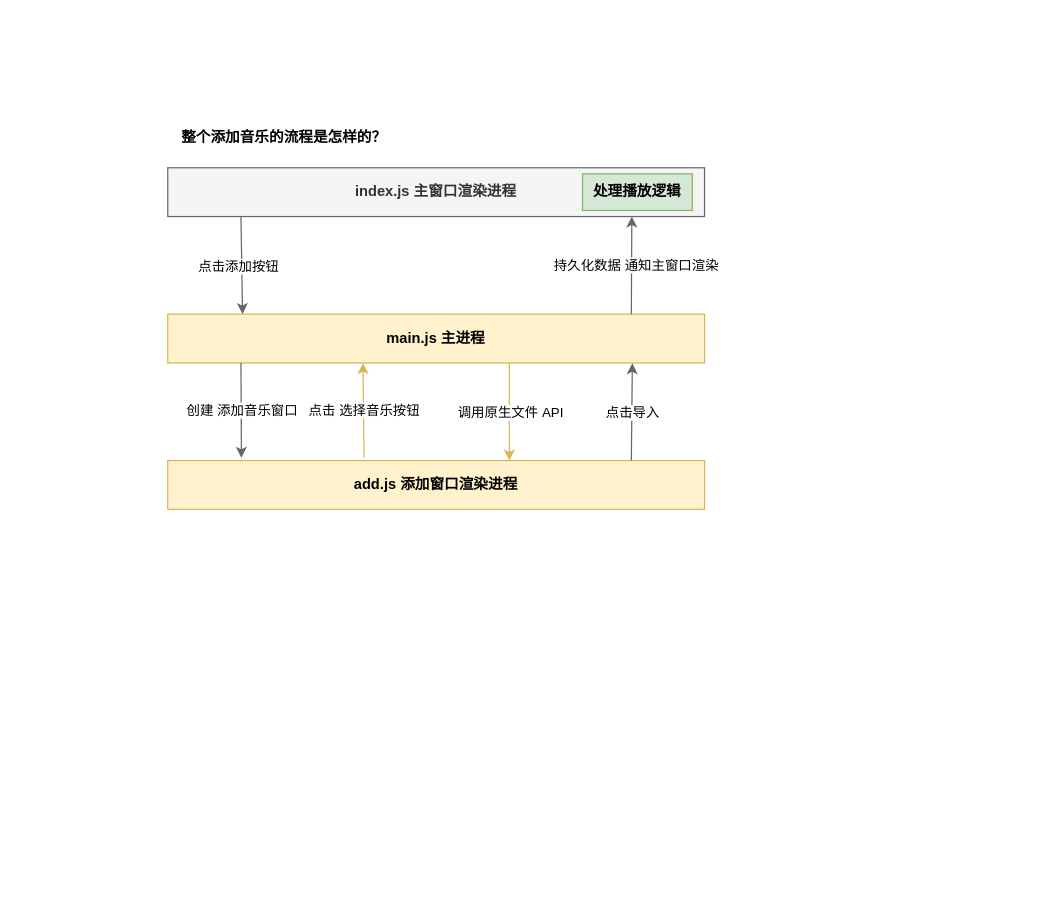
Earlier version of the draw.io diagram page "Electron-music-player" (2 of 2) of imgs/未命名绘图.drawio (djsz3y/learning-notes). Source tidied: cells renumbered, new cells numbered last; positions are measured from the earlier drawing's top-left corner, leaving out a move shared by most shapes. Both pictures are drawn from the tidied source at 122%, with x=0, y=0 at pixel (167, 118).
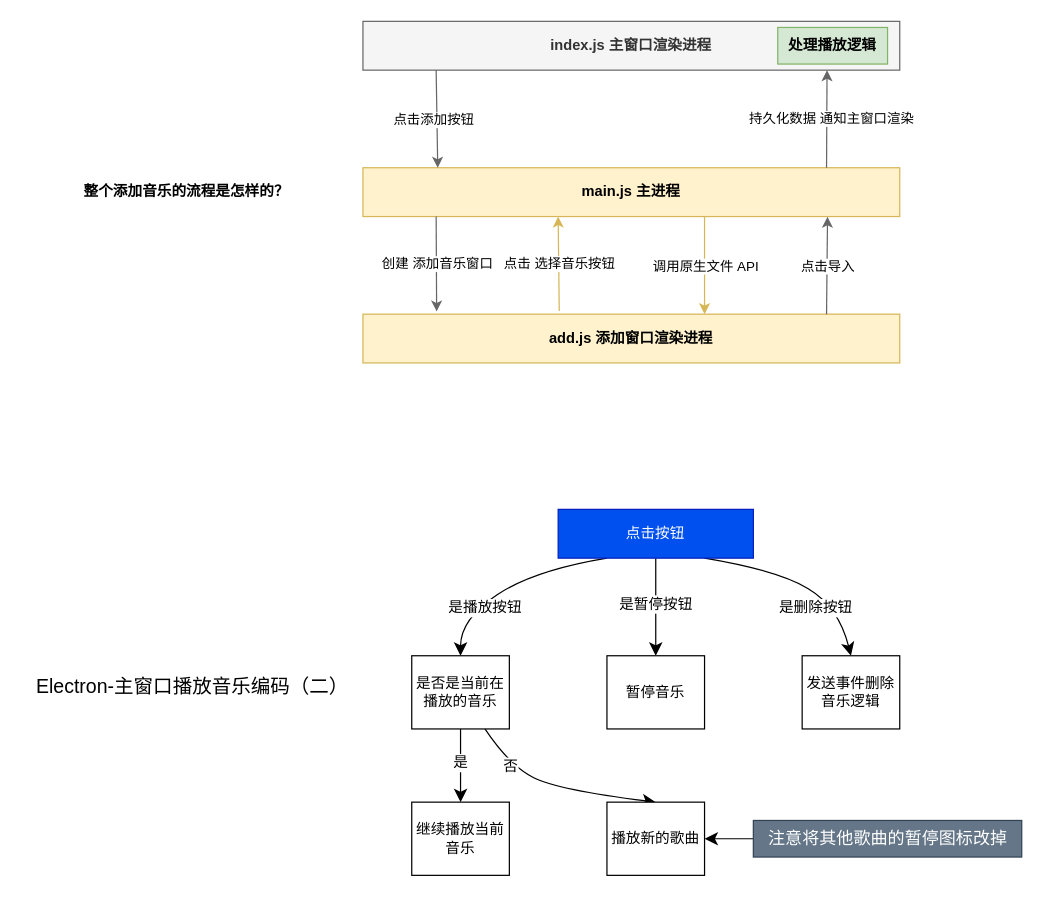
After the change.

Commit message:
更新未命名绘图.drawio

Diff of the diagram source:
```diff
@@
     <mxCell id="2" value="整个添加音乐的流程是怎样的？" style="text;html=1;align=center;verticalAlign=middle;strokeColor=none;fillColor=none;fontStyle=1;" parent="1" vertex="1">
-      <mxGeometry width="190" height="30" as="geometry" />
+      <mxGeometry x="-80" y="45" width="190" height="30" as="geometry" />
     </mxCell>
     <mxCell id="3" style="group;" parent="1" vertex="1">
-      <mxGeometry y="40" width="440" height="280" as="geometry" />
+      <mxGeometry x="160" y="-80" width="440" height="280" as="geometry" />
     </mxCell>
@@
+    <mxCell id="20" style="group;" parent="1" vertex="1">
+      <mxGeometry x="200" y="320" width="500" height="300" as="geometry" />
+    </mxCell>
+    <mxCell id="21" style="edgeStyle=none;curved=1;rounded=0;jettySize=auto;html=1;fontSize=12;startSize=8;endSize=8;" parent="20" edge="1" source="27" target="33">
+      <mxGeometry relative="1" as="geometry" />
+    </mxCell>
+    <mxCell id="22" value="是暂停按钮" style="edgeLabel;html=1;align=center;verticalAlign=middle;fontSize=12;" parent="21" vertex="1">
+      <mxGeometry x="-0.07" y="-1" relative="1" as="geometry" />
+    </mxCell>
+    <mxCell id="23" style="edgeStyle=none;curved=1;rounded=0;jettySize=auto;html=1;exitX=0.25;exitY=1;exitDx=0;exitDy=0;entryX=0.5;entryY=0;entryDx=0;entryDy=0;fontSize=12;startSize=8;endSize=8;" parent="20" edge="1" source="27" target="32">
+      <mxGeometry relative="1" as="geometry">
+        <Array as="points">
+          <mxPoint x="100" y="50" />
+          <mxPoint x="40" y="90" />
+        </Array>
+      </mxGeometry>
+    </mxCell>
+    <mxCell id="24" value="是播放按钮" style="edgeLabel;html=1;align=center;verticalAlign=middle;fontSize=12;" parent="23" vertex="1">
+      <mxGeometry x="0.1" relative="1" as="geometry">
+        <mxPoint x="-16" y="14" as="offset" />
+      </mxGeometry>
+    </mxCell>
+    <mxCell id="25" style="edgeStyle=none;curved=1;rounded=0;jettySize=auto;html=1;exitX=0.75;exitY=1;exitDx=0;exitDy=0;entryX=0.5;entryY=0;entryDx=0;entryDy=0;fontSize=12;startSize=8;endSize=8;" parent="20" edge="1" source="27" target="34">
+      <mxGeometry relative="1" as="geometry">
+        <Array as="points">
+          <mxPoint x="300" y="50" />
+          <mxPoint x="350" y="80" />
+        </Array>
+      </mxGeometry>
+    </mxCell>
+    <mxCell id="26" value="是删除按钮" style="edgeLabel;html=1;align=center;verticalAlign=middle;fontSize=12;" parent="25" vertex="1">
+      <mxGeometry x="-0.07" y="1" relative="1" as="geometry">
+        <mxPoint x="18" y="24" as="offset" />
+      </mxGeometry>
+    </mxCell>
+    <mxCell id="27" value="点击按钮" style="rounded=0;whiteSpace=wrap;html=1;fillColor=#0050ef;fontColor=#ffffff;strokeColor=#001DBC;" parent="20" vertex="1">
+      <mxGeometry x="120" width="160" height="40" as="geometry" />
+    </mxCell>
+    <mxCell id="28" style="edgeStyle=none;curved=1;rounded=0;jettySize=auto;html=1;exitX=0.5;exitY=1;exitDx=0;exitDy=0;entryX=0.5;entryY=0;entryDx=0;entryDy=0;fontSize=12;startSize=8;endSize=8;" parent="20" edge="1" source="32" target="35">
+      <mxGeometry relative="1" as="geometry" />
+    </mxCell>
+    <mxCell id="29" value="是" style="edgeLabel;html=1;align=center;verticalAlign=middle;fontSize=12;" parent="28" vertex="1">
+      <mxGeometry x="-0.1" y="-1" relative="1" as="geometry" />
+    </mxCell>
+    <mxCell id="30" style="edgeStyle=none;curved=1;rounded=0;jettySize=auto;html=1;exitX=0.75;exitY=1;exitDx=0;exitDy=0;entryX=0.5;entryY=0;entryDx=0;entryDy=0;fontSize=12;startSize=8;endSize=8;" parent="20" edge="1" source="32" target="36">
+      <mxGeometry relative="1" as="geometry">
+        <Array as="points">
+          <mxPoint x="80" y="210" />
+          <mxPoint x="120" y="230" />
+        </Array>
+      </mxGeometry>
+    </mxCell>
+    <mxCell id="31" value="否" style="edgeLabel;html=1;align=center;verticalAlign=middle;fontSize=12;" parent="30" vertex="1">
+      <mxGeometry x="-0.37" y="4" relative="1" as="geometry">
+        <mxPoint x="-15" y="-3" as="offset" />
+      </mxGeometry>
+    </mxCell>
+    <mxCell id="32" value="是否是当前在播放的音乐" style="rounded=0;whiteSpace=wrap;html=1;" parent="20" vertex="1">
+      <mxGeometry y="120" width="80" height="60" as="geometry" />
+    </mxCell>
+    <mxCell id="33" value="暂停音乐" style="rounded=0;whiteSpace=wrap;html=1;" parent="20" vertex="1">
+      <mxGeometry x="160" y="120" width="80" height="60" as="geometry" />
+    </mxCell>
+    <mxCell id="34" value="发送事件删除音乐逻辑" style="rounded=0;whiteSpace=wrap;html=1;" parent="20" vertex="1">
+      <mxGeometry x="320" y="120" width="80" height="60" as="geometry" />
+    </mxCell>
+    <mxCell id="35" value="继续播放当前音乐" style="rounded=0;whiteSpace=wrap;html=1;" parent="20" vertex="1">
+      <mxGeometry y="240" width="80" height="60" as="geometry" />
+    </mxCell>
+    <mxCell id="36" value="播放新的歌曲" style="rounded=0;whiteSpace=wrap;html=1;" parent="20" vertex="1">
+      <mxGeometry x="160" y="240" width="80" height="60" as="geometry" />
+    </mxCell>
+    <mxCell id="37" style="edgeStyle=none;curved=1;rounded=0;jettySize=auto;html=1;fontSize=12;startSize=8;endSize=8;" parent="20" edge="1" source="38" target="36">
+      <mxGeometry relative="1" as="geometry" />
+    </mxCell>
+    <mxCell id="38" value="注意将其他歌曲的暂停图标改掉" style="text;html=1;align=center;verticalAlign=middle;points=[];strokeColor=#314354;fillColor=#647687;fontSize=14;fontColor=#ffffff;" parent="20" vertex="1">
+      <mxGeometry x="280" y="255" width="220" height="30" as="geometry" />
+    </mxCell>
+    <mxCell id="39" value="Electron-主窗口播放音乐编码（二）" style="text;html=1;align=center;verticalAlign=middle;strokeColor=none;fillColor=none;fontSize=16;" parent="1" vertex="1">
+      <mxGeometry x="-120" y="450" width="280" height="30" as="geometry" />
+    </mxCell>
```
